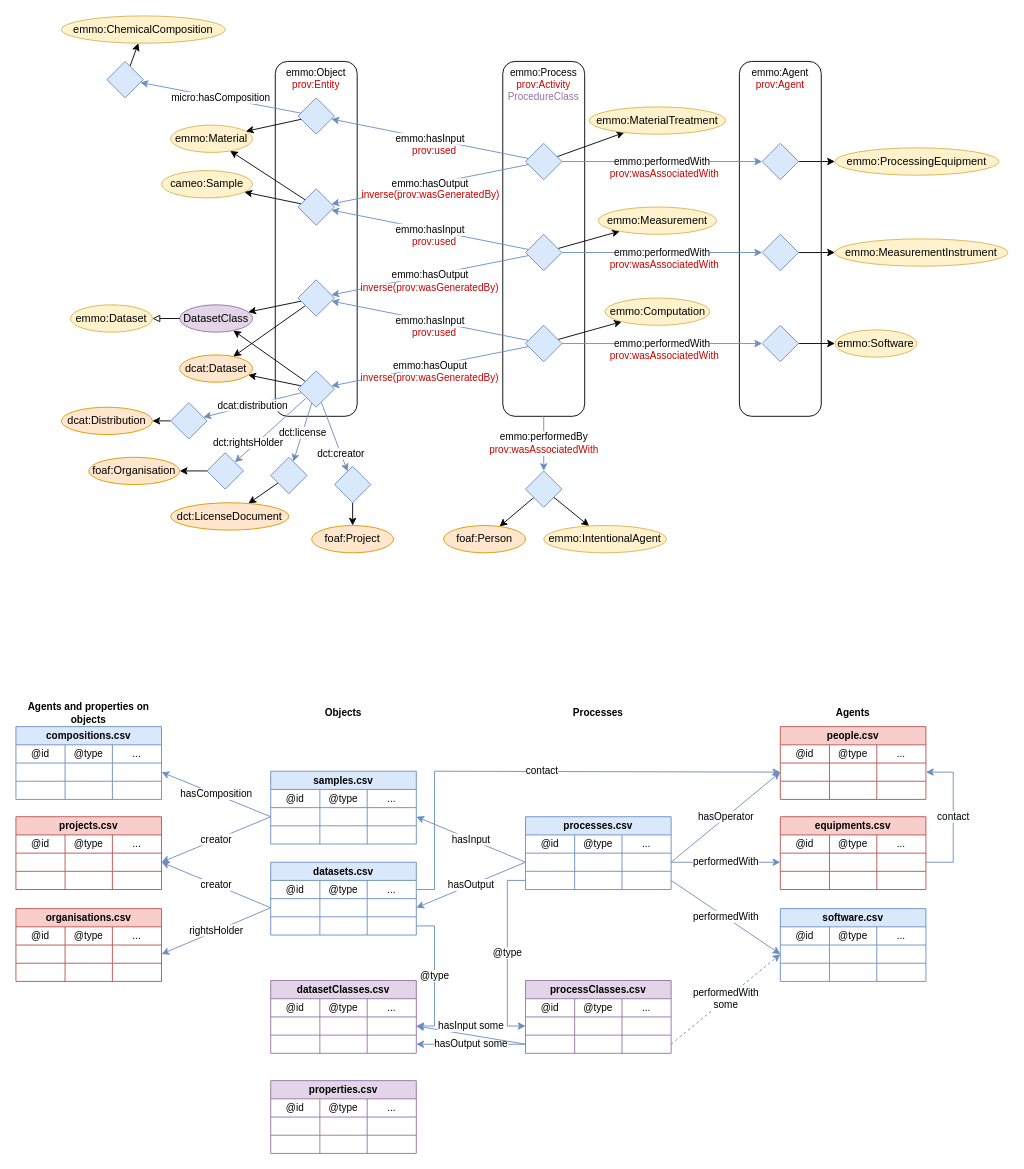
Earlier version of the draw.io diagram page "Documentation-tables" (1 of 2) of tables/figs/linked-data.drawio (SINTEF/physmet-data-documentation-templates). Source tidied: cells renumbered, new cells numbered last; positions are measured from the earlier drawing's top-left corner, leaving out a move shared by most shapes. Both pictures are drawn from the tidied source at 91%, with x=0, y=0 at pixel (15, 15).
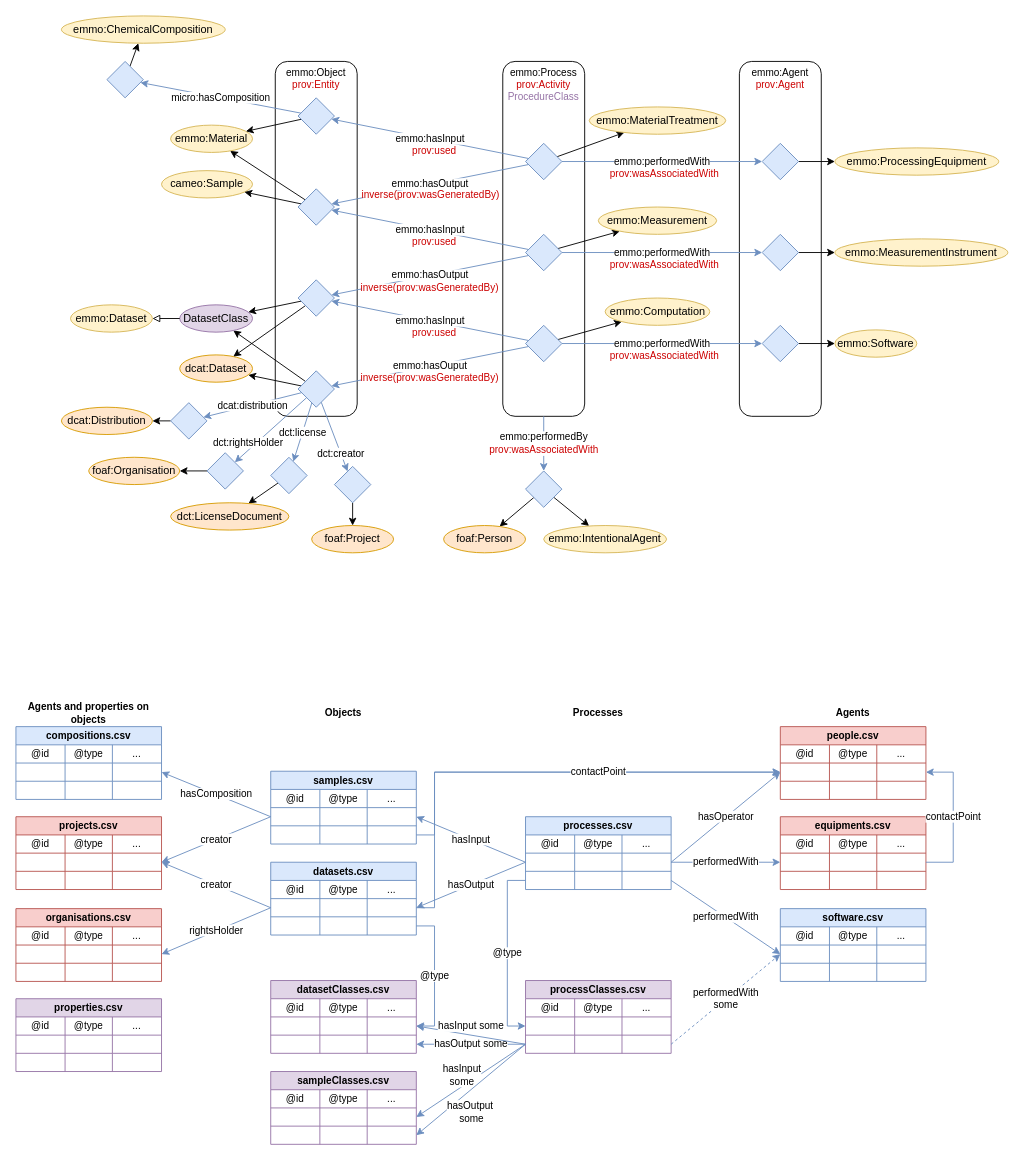
The same page after the edit.

The change refers to these unchanged cells:
```xml
<mxCell id="85" style="shape=tableRow;horizontal=0;startSize=0;swimlaneHead=0;swimlaneBody=0;top=0;left=0;bottom=0;right=0;fillColor=none;points=[[0,0.5],[1,0.5]];portConstraint=eastwest;fontFamily=Helvetica;fontSize=11;fontColor=#D79B00;" parent="84" vertex="1">
  <mxGeometry y="20" width="160" height="20" as="geometry" />
</mxCell>
<mxCell id="89" style="shape=tableRow;horizontal=0;startSize=0;swimlaneHead=0;swimlaneBody=0;top=0;left=0;bottom=0;right=0;fillColor=none;points=[[0,0.5],[1,0.5]];portConstraint=eastwest;fontFamily=Helvetica;fontSize=11;fontColor=#D79B00;" parent="84" vertex="1">
  <mxGeometry y="40" width="160" height="20" as="geometry" />
</mxCell>
<mxCell id="106" style="shape=tableRow;horizontal=0;startSize=0;swimlaneHead=0;swimlaneBody=0;top=0;left=0;bottom=0;right=0;fillColor=none;points=[[0,0.5],[1,0.5]];portConstraint=eastwest;fontFamily=Helvetica;fontSize=11;fontColor=#D79B00;" parent="97" vertex="1">
  <mxGeometry y="60" width="160" height="20" as="geometry" />
</mxCell>
<mxCell id="144" style="shape=tableRow;horizontal=0;startSize=0;swimlaneHead=0;swimlaneBody=0;top=0;left=0;bottom=0;right=0;fillColor=none;points=[[0,0.5],[1,0.5]];portConstraint=eastwest;fontFamily=Helvetica;fontSize=11;fontColor=#D79B00;" parent="139" vertex="1">
  <mxGeometry y="40" width="160" height="20" as="geometry" />
</mxCell>
<mxCell id="158" style="shape=tableRow;horizontal=0;startSize=0;swimlaneHead=0;swimlaneBody=0;top=0;left=0;bottom=0;right=0;fillColor=none;points=[[0,0.5],[1,0.5]];portConstraint=eastwest;fontFamily=Helvetica;fontSize=11;fontColor=#D79B00;" parent="153" vertex="1">
  <mxGeometry y="40" width="160" height="20" as="geometry" />
</mxCell>
<mxCell id="219" style="shape=tableRow;horizontal=0;startSize=0;swimlaneHead=0;swimlaneBody=0;top=0;left=0;bottom=0;right=0;fillColor=none;points=[[0,0.5],[1,0.5]];portConstraint=eastwest;fontFamily=Helvetica;fontSize=11;fontColor=#D79B00;" parent="210" vertex="1">
  <mxGeometry y="60" width="160" height="20" as="geometry" />
</mxCell>
```

What changed in the source:
```diff
@@
+    <mxCell id="260" style="edgeStyle=orthogonalEdgeStyle;shape=connector;rounded=0;jettySize=auto;html=1;labelBackgroundColor=default;strokeColor=#6c8ebf;fontFamily=Helvetica;fontSize=11;fontColor=#9673A6;endArrow=classic;endFill=1;entryX=0;entryY=0.5;entryDx=0;entryDy=0;exitX=1;exitY=0.5;exitDx=0;exitDy=0;fillColor=#dae8fc;" parent="1" edge="1" source="106" target="158">
+      <mxGeometry relative="1" as="geometry">
+        <Array as="points">
+          <mxPoint x="460" y="900" />
+          <mxPoint x="460" y="831" />
+        </Array>
+      </mxGeometry>
+    </mxCell>
@@
-    <mxCell id="245" value="&lt;font color=&quot;#000000&quot;&gt;contact&lt;/font&gt;" style="edgeStyle=orthogonalEdgeStyle;shape=connector;rounded=0;jettySize=auto;html=1;labelBackgroundColor=default;strokeColor=#6c8ebf;fontFamily=Helvetica;fontSize=11;fontColor=#9673A6;endArrow=classic;endFill=1;entryX=1;entryY=0.5;entryDx=0;entryDy=0;exitX=1;exitY=0.5;exitDx=0;exitDy=0;fillColor=#dae8fc;" parent="1" edge="1" source="144" target="158">
+    <mxCell id="245" value="&lt;font color=&quot;#000000&quot;&gt;contactPoint&lt;/font&gt;" style="edgeStyle=orthogonalEdgeStyle;shape=connector;rounded=0;jettySize=auto;html=1;labelBackgroundColor=default;strokeColor=#6c8ebf;fontFamily=Helvetica;fontSize=11;fontColor=#9673A6;endArrow=classic;endFill=1;entryX=1;entryY=0.5;entryDx=0;entryDy=0;exitX=1;exitY=0.5;exitDx=0;exitDy=0;fillColor=#dae8fc;" parent="1" edge="1" source="144" target="158">
       <mxGeometry x="0.01" relative="1" as="geometry">
         <Array as="points">
           <mxPoint x="1030" y="930" />
           <mxPoint x="1030" y="831" />
         </Array>
       </mxGeometry>
     </mxCell>
-    <mxCell id="246" value="&lt;font color=&quot;#000000&quot;&gt;contact&lt;/font&gt;" style="edgeStyle=orthogonalEdgeStyle;shape=connector;rounded=0;jettySize=auto;html=1;labelBackgroundColor=default;strokeColor=#6c8ebf;fontFamily=Helvetica;fontSize=11;fontColor=#9673A6;endArrow=classic;endFill=1;entryX=0;entryY=0.5;entryDx=0;entryDy=0;exitX=1;exitY=0.5;exitDx=0;exitDy=0;fillColor=#dae8fc;" parent="1" edge="1" source="85" target="158">
-      <mxGeometry x="0.01" relative="1" as="geometry">
+    <mxCell id="246" value="&lt;font color=&quot;#000000&quot;&gt;contactPoint&lt;/font&gt;" style="edgeStyle=orthogonalEdgeStyle;shape=connector;rounded=0;jettySize=auto;html=1;labelBackgroundColor=default;strokeColor=#6c8ebf;fontFamily=Helvetica;fontSize=11;fontColor=#9673A6;endArrow=classic;endFill=1;entryX=0;entryY=0.5;entryDx=0;entryDy=0;exitX=1;exitY=0.5;exitDx=0;exitDy=0;fillColor=#dae8fc;" parent="1" edge="1" source="89" target="158">
+      <mxGeometry x="0.27" relative="1" as="geometry">
         <Array as="points">
-          <mxPoint x="460" y="960" />
-          <mxPoint x="460" y="830" />
-          <mxPoint x="840" y="830" />
+          <mxPoint x="460" y="980" />
+          <mxPoint x="460" y="831" />
         </Array>
       </mxGeometry>
     </mxCell>
     <mxCell id="247" value="properties.csv" style="shape=table;startSize=20;childLayout=tableLayout;fontStyle=1;align=center;fontFamily=Helvetica;fontSize=11;fillColor=#e1d5e7;strokeColor=#9673a6;" parent="1" vertex="1">
-      <mxGeometry x="280" y="1170" width="160" height="80" as="geometry" />
+      <mxGeometry y="1080" width="160" height="80" as="geometry" />
     </mxCell>
@@
+    <mxCell id="261" value="sampleClasses.csv" style="shape=table;startSize=20;childLayout=tableLayout;fontStyle=1;align=center;fontFamily=Helvetica;fontSize=11;fillColor=#e1d5e7;strokeColor=#9673a6;" parent="1" vertex="1">
+      <mxGeometry x="280" y="1160" width="160" height="80" as="geometry" />
+    </mxCell>
+    <mxCell id="262" style="shape=tableRow;horizontal=0;startSize=0;swimlaneHead=0;swimlaneBody=0;top=0;left=0;bottom=0;right=0;fillColor=none;fontFamily=Helvetica;fontSize=11;fontColor=#D79B00;" parent="261" vertex="1">
+      <mxGeometry y="20" width="160" height="20" as="geometry" />
+    </mxCell>
+    <mxCell id="263" value="&lt;font color=&quot;#000000&quot;&gt;@id&lt;/font&gt;" style="shape=partialRectangle;html=1;whiteSpace=wrap;fillColor=none;top=0;left=0;bottom=0;right=0;overflow=hidden;fontFamily=Helvetica;fontSize=11;fontColor=#D79B00;" parent="262" vertex="1">
+      <mxGeometry width="54" height="20" as="geometry" />
+    </mxCell>
+    <mxCell id="264" value="&lt;font color=&quot;#000000&quot;&gt;@type&lt;/font&gt;" style="shape=partialRectangle;html=1;whiteSpace=wrap;fillColor=none;top=0;left=0;bottom=0;right=0;overflow=hidden;fontFamily=Helvetica;fontSize=11;fontColor=#D79B00;" parent="262" vertex="1">
+      <mxGeometry x="54" width="52" height="20" as="geometry" />
+    </mxCell>
+    <mxCell id="265" value="&lt;font color=&quot;#000000&quot;&gt;...&lt;/font&gt;" style="shape=partialRectangle;html=1;whiteSpace=wrap;fillColor=none;top=0;left=0;bottom=0;right=0;overflow=hidden;fontFamily=Helvetica;fontSize=11;fontColor=#D79B00;" parent="262" vertex="1">
+      <mxGeometry x="106" width="54" height="20" as="geometry" />
+    </mxCell>
+    <mxCell id="266" style="shape=tableRow;horizontal=0;startSize=0;swimlaneHead=0;swimlaneBody=0;top=0;left=0;bottom=0;right=0;fillColor=none;points=[[0,0.5],[1,0.5]];portConstraint=eastwest;fontFamily=Helvetica;fontSize=11;fontColor=#D79B00;" parent="261" vertex="1">
+      <mxGeometry y="40" width="160" height="20" as="geometry" />
+    </mxCell>
+    <mxCell id="267" style="shape=partialRectangle;html=1;whiteSpace=wrap;fillColor=none;top=0;left=0;bottom=0;right=0;overflow=hidden;fontFamily=Helvetica;fontSize=11;fontColor=#D79B00;" parent="266" vertex="1">
+      <mxGeometry width="54" height="20" as="geometry" />
+    </mxCell>
+    <mxCell id="268" style="shape=partialRectangle;html=1;whiteSpace=wrap;fillColor=none;top=0;left=0;bottom=0;right=0;overflow=hidden;fontFamily=Helvetica;fontSize=11;fontColor=#D79B00;" parent="266" vertex="1">
+      <mxGeometry x="54" width="52" height="20" as="geometry" />
+    </mxCell>
+    <mxCell id="269" style="shape=partialRectangle;html=1;whiteSpace=wrap;fillColor=none;top=0;left=0;bottom=0;right=0;overflow=hidden;fontFamily=Helvetica;fontSize=11;fontColor=#D79B00;" parent="266" vertex="1">
+      <mxGeometry x="106" width="54" height="20" as="geometry" />
+    </mxCell>
+    <mxCell id="270" style="shape=tableRow;horizontal=0;startSize=0;swimlaneHead=0;swimlaneBody=0;top=0;left=0;bottom=0;right=0;fillColor=none;points=[[0,0.5],[1,0.5]];portConstraint=eastwest;fontFamily=Helvetica;fontSize=11;fontColor=#D79B00;" parent="261" vertex="1">
+      <mxGeometry y="60" width="160" height="20" as="geometry" />
+    </mxCell>
+    <mxCell id="271" style="shape=partialRectangle;html=1;whiteSpace=wrap;fillColor=none;top=0;left=0;bottom=0;right=0;overflow=hidden;fontFamily=Helvetica;fontSize=11;fontColor=#D79B00;" parent="270" vertex="1">
+      <mxGeometry width="54" height="20" as="geometry" />
+    </mxCell>
+    <mxCell id="272" style="shape=partialRectangle;html=1;whiteSpace=wrap;fillColor=none;top=0;left=0;bottom=0;right=0;overflow=hidden;fontFamily=Helvetica;fontSize=11;fontColor=#D79B00;" parent="270" vertex="1">
+      <mxGeometry x="54" width="52" height="20" as="geometry" />
+    </mxCell>
+    <mxCell id="273" style="shape=partialRectangle;html=1;whiteSpace=wrap;fillColor=none;top=0;left=0;bottom=0;right=0;overflow=hidden;fontFamily=Helvetica;fontSize=11;fontColor=#D79B00;" parent="270" vertex="1">
+      <mxGeometry x="106" width="54" height="20" as="geometry" />
+    </mxCell>
+    <mxCell id="274" value="&lt;font color=&quot;#000000&quot;&gt;hasInput&lt;br&gt;some&lt;/font&gt;" style="edgeStyle=none;shape=connector;rounded=0;jettySize=auto;html=1;labelBackgroundColor=default;strokeColor=#6c8ebf;fontFamily=Helvetica;fontSize=11;fontColor=#9673A6;endArrow=classic;endFill=1;exitX=0;exitY=0.5;exitDx=0;exitDy=0;entryX=1;entryY=0.5;entryDx=0;entryDy=0;fillColor=#dae8fc;" parent="1" edge="1" source="219" target="266">
+      <mxGeometry x="0.07" y="-10" relative="1" as="geometry" />
+    </mxCell>
+    <mxCell id="275" value="&lt;font color=&quot;#000000&quot;&gt;hasOutput&lt;br&gt;&amp;nbsp;some&lt;/font&gt;" style="edgeStyle=none;shape=connector;rounded=0;jettySize=auto;html=1;labelBackgroundColor=default;strokeColor=#6c8ebf;fontFamily=Helvetica;fontSize=11;fontColor=#9673A6;endArrow=classic;endFill=1;entryX=1;entryY=0.5;entryDx=0;entryDy=0;fillColor=#dae8fc;exitX=0;exitY=0.5;exitDx=0;exitDy=0;" parent="1" edge="1" source="219" target="270">
+      <mxGeometry x="0.21" y="18" relative="1" as="geometry" />
+    </mxCell>
```
